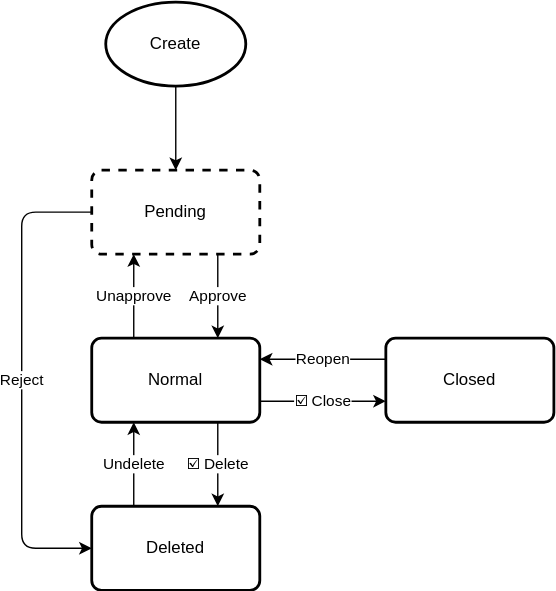
The draw.io diagram zh-CN/img/docs/questions-question-status.drawio.svg in Octobug/answer-website, before a commit. Source tidied: cells renumbered, new cells last; positions are measured from the earlier drawing's top-left corner, leaving out a move shared by most shapes. The source it was exported from:
```xml
<mxGraphModel>
  <root>
    <mxCell id="0" />
    <mxCell id="1" parent="0" />
    <mxCell id="2" style="edgeStyle=none;html=1;entryX=0.5;entryY=0;entryDx=0;entryDy=0;" parent="1" edge="1" source="3" target="6">
      <mxGeometry relative="1" as="geometry" />
    </mxCell>
    <mxCell id="3" value="Create" style="strokeWidth=2;html=1;shape=mxgraph.flowchart.start_1;whiteSpace=wrap;" parent="1" vertex="1">
      <mxGeometry x="60" width="100" height="60" as="geometry" />
    </mxCell>
    <mxCell id="4" value="Approve" style="edgeStyle=none;html=1;exitX=0.75;exitY=1;exitDx=0;exitDy=0;entryX=0.75;entryY=0;entryDx=0;entryDy=0;" parent="1" edge="1" source="6" target="10">
      <mxGeometry relative="1" as="geometry" />
    </mxCell>
    <mxCell id="5" value="Reject" style="edgeStyle=orthogonalEdgeStyle;html=1;entryX=0;entryY=0.5;entryDx=0;entryDy=0;exitX=0;exitY=0.5;exitDx=0;exitDy=0;" parent="1" edge="1" source="6" target="12">
      <mxGeometry relative="1" as="geometry">
        <Array as="points">
          <mxPoint y="150" />
          <mxPoint y="390" />
        </Array>
      </mxGeometry>
    </mxCell>
    <mxCell id="6" value="Pending" style="rounded=1;whiteSpace=wrap;html=1;absoluteArcSize=1;arcSize=14;strokeWidth=2;dashed=1;" parent="1" vertex="1">
      <mxGeometry x="50" y="120" width="120" height="60" as="geometry" />
    </mxCell>
    <mxCell id="7" value="☑️ Delete" style="edgeStyle=none;html=1;exitX=0.75;exitY=1;exitDx=0;exitDy=0;entryX=0.75;entryY=0;entryDx=0;entryDy=0;" parent="1" edge="1" source="10" target="12">
      <mxGeometry relative="1" as="geometry" />
    </mxCell>
    <mxCell id="8" value="Unapprove" style="edgeStyle=none;html=1;exitX=0.25;exitY=0;exitDx=0;exitDy=0;entryX=0.25;entryY=1;entryDx=0;entryDy=0;" parent="1" edge="1" source="10" target="6">
      <mxGeometry relative="1" as="geometry" />
    </mxCell>
    <mxCell id="9" value="☑️ Close" style="edgeStyle=orthogonalEdgeStyle;html=1;exitX=1;exitY=0.75;exitDx=0;exitDy=0;entryX=0;entryY=0.75;entryDx=0;entryDy=0;" parent="1" edge="1" source="10" target="14">
      <mxGeometry relative="1" as="geometry" />
    </mxCell>
    <mxCell id="10" value="Normal" style="rounded=1;whiteSpace=wrap;html=1;absoluteArcSize=1;arcSize=14;strokeWidth=2;" parent="1" vertex="1">
      <mxGeometry x="50" y="240" width="120" height="60" as="geometry" />
    </mxCell>
    <mxCell id="11" value="Undelete" style="edgeStyle=none;html=1;exitX=0.25;exitY=0;exitDx=0;exitDy=0;entryX=0.25;entryY=1;entryDx=0;entryDy=0;" parent="1" edge="1" source="12" target="10">
      <mxGeometry relative="1" as="geometry" />
    </mxCell>
    <mxCell id="12" value="Deleted" style="rounded=1;whiteSpace=wrap;html=1;absoluteArcSize=1;arcSize=14;strokeWidth=2;" parent="1" vertex="1">
      <mxGeometry x="50" y="360" width="120" height="60" as="geometry" />
    </mxCell>
    <mxCell id="13" value="Reopen" style="edgeStyle=orthogonalEdgeStyle;html=1;exitX=0;exitY=0.25;exitDx=0;exitDy=0;entryX=1;entryY=0.25;entryDx=0;entryDy=0;" parent="1" edge="1" source="14" target="10">
      <mxGeometry relative="1" as="geometry" />
    </mxCell>
    <mxCell id="14" value="Closed" style="rounded=1;whiteSpace=wrap;html=1;absoluteArcSize=1;arcSize=14;strokeWidth=2;" parent="1" vertex="1">
      <mxGeometry x="260" y="240" width="120" height="60" as="geometry" />
    </mxCell>
  </root>
</mxGraphModel>
```
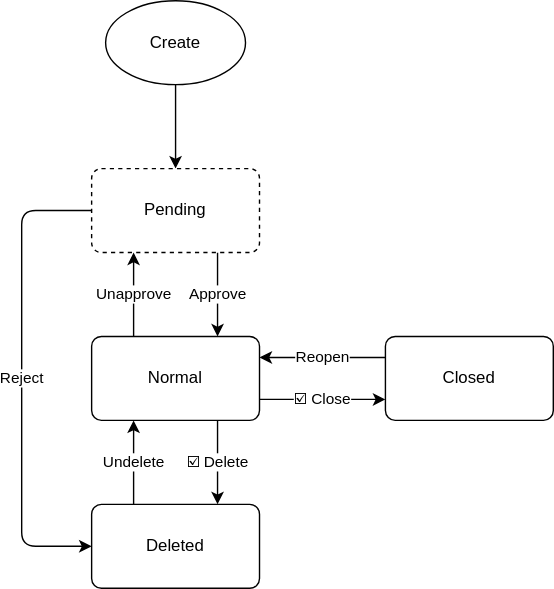
Later version of the same file.

Change to the diagram source:
```diff
@@ -5,7 +5,7 @@
     <mxCell id="2" style="edgeStyle=none;html=1;entryX=0.5;entryY=0;entryDx=0;entryDy=0;" parent="1" edge="1" source="3" target="6">
       <mxGeometry relative="1" as="geometry" />
     </mxCell>
-    <mxCell id="3" value="Create" style="strokeWidth=2;html=1;shape=mxgraph.flowchart.start_1;whiteSpace=wrap;" parent="1" vertex="1">
+    <mxCell id="3" value="Create" style="strokeWidth=1;html=1;shape=mxgraph.flowchart.start_1;whiteSpace=wrap;" parent="1" vertex="1">
       <mxGeometry x="60" width="100" height="60" as="geometry" />
     </mxCell>
     <mxCell id="4" value="Approve" style="edgeStyle=none;html=1;exitX=0.75;exitY=1;exitDx=0;exitDy=0;entryX=0.75;entryY=0;entryDx=0;entryDy=0;" parent="1" edge="1" source="6" target="10">
@@ -19,7 +19,7 @@
         </Array>
       </mxGeometry>
     </mxCell>
-    <mxCell id="6" value="Pending" style="rounded=1;whiteSpace=wrap;html=1;absoluteArcSize=1;arcSize=14;strokeWidth=2;dashed=1;" parent="1" vertex="1">
+    <mxCell id="6" value="Pending" style="rounded=1;whiteSpace=wrap;html=1;absoluteArcSize=1;arcSize=14;strokeWidth=1;dashed=1;" parent="1" vertex="1">
       <mxGeometry x="50" y="120" width="120" height="60" as="geometry" />
     </mxCell>
     <mxCell id="7" value="☑️ Delete" style="edgeStyle=none;html=1;exitX=0.75;exitY=1;exitDx=0;exitDy=0;entryX=0.75;entryY=0;entryDx=0;entryDy=0;" parent="1" edge="1" source="10" target="12">
@@ -31,19 +31,19 @@
     <mxCell id="9" value="☑️ Close" style="edgeStyle=orthogonalEdgeStyle;html=1;exitX=1;exitY=0.75;exitDx=0;exitDy=0;entryX=0;entryY=0.75;entryDx=0;entryDy=0;" parent="1" edge="1" source="10" target="14">
       <mxGeometry relative="1" as="geometry" />
     </mxCell>
-    <mxCell id="10" value="Normal" style="rounded=1;whiteSpace=wrap;html=1;absoluteArcSize=1;arcSize=14;strokeWidth=2;" parent="1" vertex="1">
+    <mxCell id="10" value="Normal" style="rounded=1;whiteSpace=wrap;html=1;absoluteArcSize=1;arcSize=14;strokeWidth=1;" parent="1" vertex="1">
       <mxGeometry x="50" y="240" width="120" height="60" as="geometry" />
     </mxCell>
     <mxCell id="11" value="Undelete" style="edgeStyle=none;html=1;exitX=0.25;exitY=0;exitDx=0;exitDy=0;entryX=0.25;entryY=1;entryDx=0;entryDy=0;" parent="1" edge="1" source="12" target="10">
       <mxGeometry relative="1" as="geometry" />
     </mxCell>
-    <mxCell id="12" value="Deleted" style="rounded=1;whiteSpace=wrap;html=1;absoluteArcSize=1;arcSize=14;strokeWidth=2;" parent="1" vertex="1">
+    <mxCell id="12" value="Deleted" style="rounded=1;whiteSpace=wrap;html=1;absoluteArcSize=1;arcSize=14;strokeWidth=1;" parent="1" vertex="1">
       <mxGeometry x="50" y="360" width="120" height="60" as="geometry" />
     </mxCell>
     <mxCell id="13" value="Reopen" style="edgeStyle=orthogonalEdgeStyle;html=1;exitX=0;exitY=0.25;exitDx=0;exitDy=0;entryX=1;entryY=0.25;entryDx=0;entryDy=0;" parent="1" edge="1" source="14" target="10">
       <mxGeometry relative="1" as="geometry" />
     </mxCell>
-    <mxCell id="14" value="Closed" style="rounded=1;whiteSpace=wrap;html=1;absoluteArcSize=1;arcSize=14;strokeWidth=2;" parent="1" vertex="1">
+    <mxCell id="14" value="Closed" style="rounded=1;whiteSpace=wrap;html=1;absoluteArcSize=1;arcSize=14;strokeWidth=1;" parent="1" vertex="1">
       <mxGeometry x="260" y="240" width="120" height="60" as="geometry" />
     </mxCell>
   </root>
```
